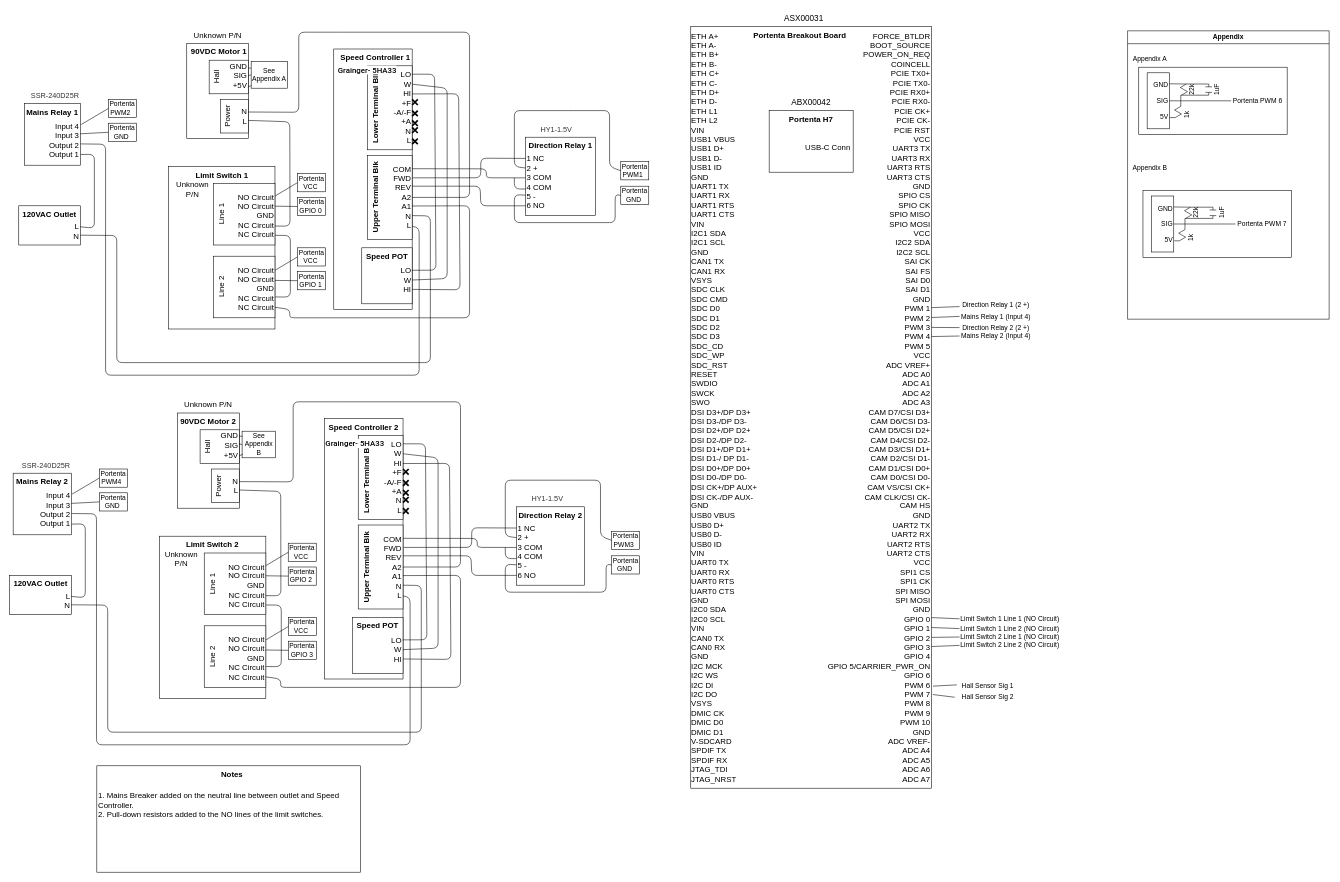
Earlier version of the draw.io diagram page "Schematic" (2 of 3) of docs/SystemSchematicV3.1.drawio (mark-mcnulty/two-axis-tracker-controller-code). Source tidied: cells renumbered, new cells numbered last; positions are measured from the earlier drawing's top-left corner, leaving out a move shared by most shapes. Both pictures are drawn from the tidied source at 56%, with x=0, y=0 at pixel (10, 10).
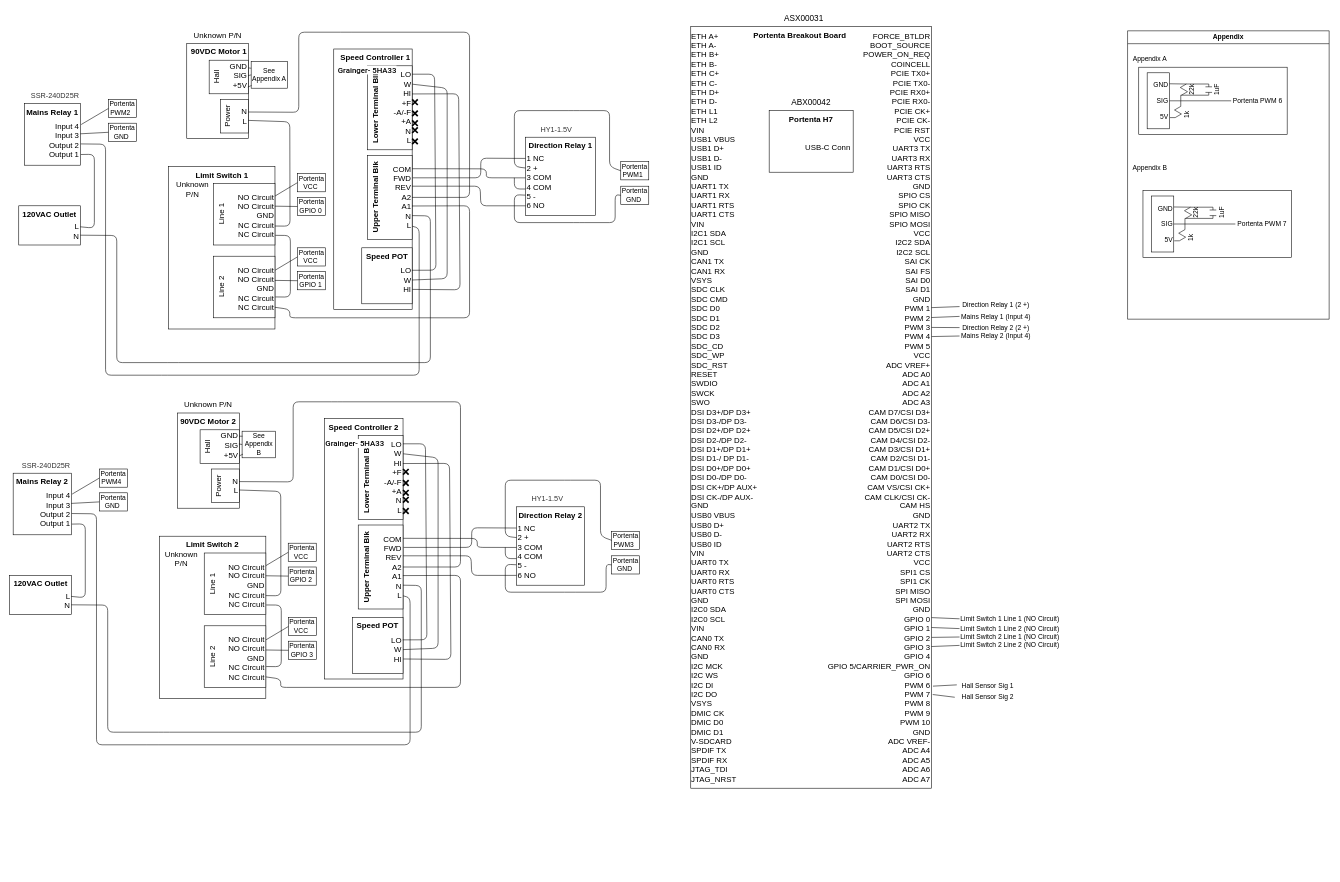
Above is the later version.

What changed in the source:
```diff
@@
-    <mxCell id="234" style="rounded=0;whiteSpace=wrap;html=1;fontSize=14;" parent="1" vertex="1">
-      <mxGeometry x="155.4" y="1350" width="470.6" height="190" as="geometry" />
-    </mxCell>
-    <mxCell id="235" value="1. Mains Breaker added on the neutral line between outlet and Speed Controller.&lt;br&gt;2. Pull-down resistors added to the NO lines of the limit switches." style="text;strokeColor=none;align=left;fillColor=none;html=1;verticalAlign=middle;whiteSpace=wrap;rounded=0;fontSize=14;" parent="1" vertex="1">
-      <mxGeometry x="156" y="1370" width="470" height="100" as="geometry" />
-    </mxCell>
-    <mxCell id="236" value="&lt;b&gt;Notes&lt;/b&gt;" style="text;strokeColor=none;align=center;fillColor=none;html=1;verticalAlign=middle;whiteSpace=wrap;rounded=0;fontSize=14;" parent="1" vertex="1">
-      <mxGeometry x="342.2" y="1350" width="110" height="30" as="geometry" />
-    </mxCell>
```
